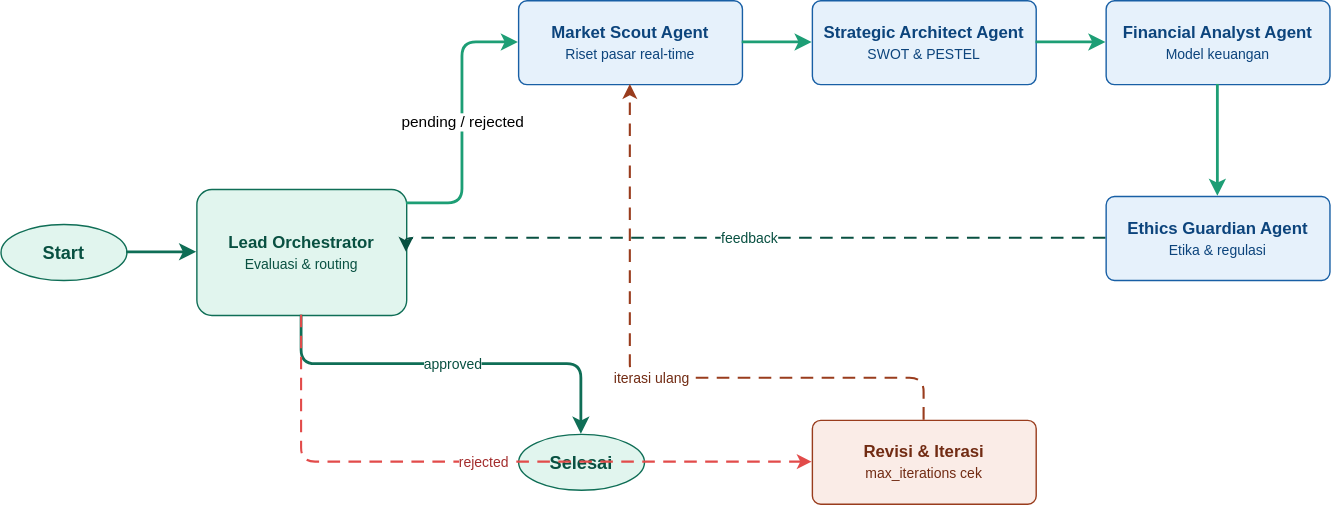
Hanif-Imaduddin/history keeps this draw.io diagram as Alur Graph.svg. Above is the earlier version. Source tidied: cells renumbered, new cells last; positions are measured from the earlier drawing's top-left corner, leaving out a move shared by most shapes. Source of this version:
```xml
<mxGraphModel>
  <root>
    <mxCell id="0" />
    <mxCell id="1" parent="0" />
    <mxCell id="2" value="Start" style="ellipse;whiteSpace=wrap;html=1;fillColor=#E1F5EE;strokeColor=#0F6E56;fontColor=#085041;fontFamily=Helvetica;fontSize=13;fontStyle=1;arcSize=50;" parent="1" vertex="1">
      <mxGeometry y="160" width="90" height="40" as="geometry" />
    </mxCell>
    <mxCell id="3" value="&lt;b&gt;Lead Orchestrator&lt;/b&gt;&lt;br/&gt;&lt;font style='font-size:10px;'&gt;Evaluasi &amp;amp; routing&lt;/font&gt;" style="rounded=1;whiteSpace=wrap;html=1;arcSize=12;fillColor=#E1F5EE;strokeColor=#0F6E56;fontColor=#085041;fontFamily=Helvetica;fontSize=12;" parent="1" vertex="1">
      <mxGeometry x="140" y="135" width="150" height="90" as="geometry" />
    </mxCell>
    <mxCell id="4" value="&lt;b&gt;Market Scout Agent&lt;/b&gt;&lt;br/&gt;&lt;font style='font-size:10px;'&gt;Riset pasar real-time&lt;/font&gt;" style="rounded=1;whiteSpace=wrap;html=1;arcSize=10;fillColor=#E6F1FB;strokeColor=#185FA5;fontColor=#0C447C;fontFamily=Helvetica;fontSize=12;" parent="1" vertex="1">
      <mxGeometry x="370" width="160" height="60" as="geometry" />
    </mxCell>
    <mxCell id="5" value="&lt;b&gt;Strategic Architect Agent&lt;/b&gt;&lt;br/&gt;&lt;font style='font-size:10px;'&gt;SWOT &amp;amp; PESTEL&lt;/font&gt;" style="rounded=1;whiteSpace=wrap;html=1;arcSize=10;fillColor=#E6F1FB;strokeColor=#185FA5;fontColor=#0C447C;fontFamily=Helvetica;fontSize=12;" parent="1" vertex="1">
      <mxGeometry x="580" width="160" height="60" as="geometry" />
    </mxCell>
    <mxCell id="6" value="&lt;b&gt;Financial Analyst Agent&lt;/b&gt;&lt;br/&gt;&lt;font style='font-size:10px;'&gt;Model keuangan&lt;/font&gt;" style="rounded=1;whiteSpace=wrap;html=1;arcSize=10;fillColor=#E6F1FB;strokeColor=#185FA5;fontColor=#0C447C;fontFamily=Helvetica;fontSize=12;" parent="1" vertex="1">
      <mxGeometry x="790" width="160" height="60" as="geometry" />
    </mxCell>
    <mxCell id="7" value="&lt;b&gt;Ethics Guardian Agent&lt;/b&gt;&lt;br/&gt;&lt;font style='font-size:10px;'&gt;Etika &amp;amp; regulasi&lt;/font&gt;" style="rounded=1;whiteSpace=wrap;html=1;arcSize=10;fillColor=#E6F1FB;strokeColor=#185FA5;fontColor=#0C447C;fontFamily=Helvetica;fontSize=12;" parent="1" vertex="1">
      <mxGeometry x="790" y="140" width="160" height="60" as="geometry" />
    </mxCell>
    <mxCell id="8" value="Selesai" style="ellipse;whiteSpace=wrap;html=1;fillColor=#E1F5EE;strokeColor=#0F6E56;fontColor=#085041;fontFamily=Helvetica;fontSize=13;fontStyle=1;arcSize=50;" parent="1" vertex="1">
      <mxGeometry x="370" y="310" width="90" height="40" as="geometry" />
    </mxCell>
    <mxCell id="9" value="&lt;b&gt;Revisi &amp;amp; Iterasi&lt;/b&gt;&lt;br/&gt;&lt;font style='font-size:10px;'&gt;max_iterations cek&lt;/font&gt;" style="rounded=1;whiteSpace=wrap;html=1;arcSize=10;fillColor=#FAECE7;strokeColor=#993C1D;fontColor=#712B13;fontFamily=Helvetica;fontSize=12;" parent="1" vertex="1">
      <mxGeometry x="580" y="300" width="160" height="60" as="geometry" />
    </mxCell>
    <mxCell id="10" style="edgeStyle=orthogonalEdgeStyle;html=1;strokeColor=#0F6E56;strokeWidth=2;exitX=1;exitY=0.5;exitDx=0;exitDy=0;entryX=0;entryY=0.5;entryDx=0;entryDy=0;" parent="1" edge="1" source="2" target="3">
      <mxGeometry relative="1" as="geometry" />
    </mxCell>
    <mxCell id="11" value="pending / rejected" style="edgeStyle=orthogonalEdgeStyle;html=1;strokeColor=#1D9E75;strokeWidth=2;exitX=1;exitY=0;exitDx=0;exitDy=10;entryX=0;entryY=0.5;entryDx=0;entryDy=0;dashed=0;" parent="1" edge="1" source="3" target="4">
      <mxGeometry relative="1" as="geometry">
        <Array as="points">
          <mxPoint x="330" y="145" />
          <mxPoint x="330" y="30" />
        </Array>
      </mxGeometry>
    </mxCell>
    <mxCell id="12" style="edgeStyle=orthogonalEdgeStyle;html=1;strokeColor=#1D9E75;strokeWidth=2;exitX=1;exitY=0.5;exitDx=0;exitDy=0;entryX=0;entryY=0.5;entryDx=0;entryDy=0;" parent="1" edge="1" source="4" target="5">
      <mxGeometry relative="1" as="geometry" />
    </mxCell>
    <mxCell id="13" style="edgeStyle=orthogonalEdgeStyle;html=1;strokeColor=#1D9E75;strokeWidth=2;exitX=1;exitY=0.5;exitDx=0;exitDy=0;entryX=0;entryY=0.5;entryDx=0;entryDy=0;" parent="1" edge="1" source="5" target="6">
      <mxGeometry relative="1" as="geometry" />
    </mxCell>
    <mxCell id="14" style="edgeStyle=orthogonalEdgeStyle;html=1;strokeColor=#1D9E75;strokeWidth=2;exitX=0.5;exitY=1;exitDx=0;exitDy=0;entryX=0.5;entryY=0;entryDx=0;entryDy=0;" parent="1" edge="1" source="6" target="7">
      <mxGeometry relative="1" as="geometry" />
    </mxCell>
    <mxCell id="15" value="feedback" style="edgeStyle=orthogonalEdgeStyle;html=1;strokeColor=#085041;strokeWidth=1.5;dashed=1;dashPattern=6 4;exitX=0;exitY=0.5;exitDx=0;exitDy=0;entryX=1;entryY=0.5;entryDx=0;entryDy=0;fontColor=#085041;fontSize=10;" parent="1" edge="1" source="7" target="3">
      <mxGeometry relative="1" as="geometry">
        <Array as="points">
          <mxPoint x="760" y="170" />
          <mxPoint x="320" y="170" />
        </Array>
      </mxGeometry>
    </mxCell>
    <mxCell id="16" value="approved" style="edgeStyle=orthogonalEdgeStyle;html=1;strokeColor=#0F6E56;strokeWidth=2;exitX=0.5;exitY=1;exitDx=0;exitDy=0;entryX=0.5;entryY=0;entryDx=0;entryDy=0;fontColor=#085041;fontSize=10;" parent="1" edge="1" source="3" target="8">
      <mxGeometry relative="1" as="geometry">
        <Array as="points">
          <mxPoint x="215" y="260" />
          <mxPoint x="415" y="260" />
        </Array>
      </mxGeometry>
    </mxCell>
    <mxCell id="17" value="rejected" style="edgeStyle=orthogonalEdgeStyle;html=1;strokeColor=#E24B4A;strokeWidth=1.5;dashed=1;dashPattern=6 4;exitX=0.5;exitY=1;exitDx=0;exitDy=0;entryX=0;entryY=0.5;entryDx=0;entryDy=0;fontColor=#A32D2D;fontSize=10;" parent="1" edge="1" source="3" target="9">
      <mxGeometry relative="1" as="geometry">
        <Array as="points">
          <mxPoint x="215" y="280" />
          <mxPoint x="215" y="330" />
          <mxPoint x="560" y="330" />
        </Array>
      </mxGeometry>
    </mxCell>
    <mxCell id="18" value="iterasi ulang" style="edgeStyle=orthogonalEdgeStyle;html=1;strokeColor=#993C1D;strokeWidth=1.5;dashed=1;dashPattern=6 4;exitX=0.5;exitY=0;exitDx=0;exitDy=0;entryX=0.5;entryY=1;entryDx=0;entryDy=0;fontColor=#712B13;fontSize=10;" parent="1" edge="1" source="9" target="4">
      <mxGeometry relative="1" as="geometry">
        <Array as="points">
          <mxPoint x="660" y="270" />
          <mxPoint x="450" y="270" />
          <mxPoint x="450" y="60" />
        </Array>
      </mxGeometry>
    </mxCell>
  </root>
</mxGraphModel>
```
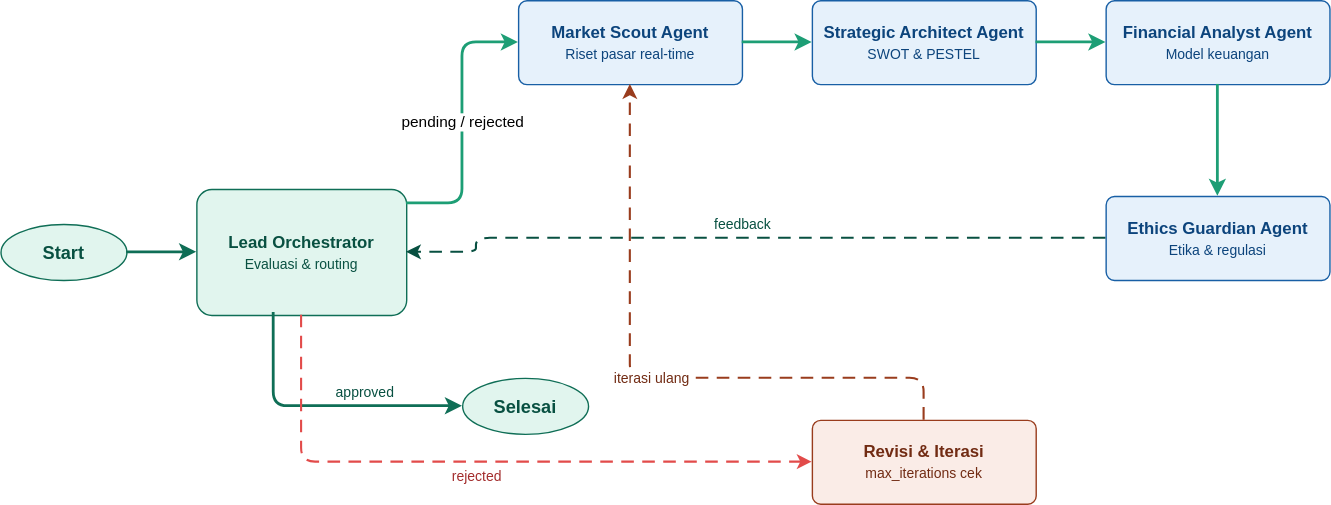
Later version of the same file.

Diff of the diagram source:
```diff
@@ -21,7 +21,7 @@
       <mxGeometry x="790" y="140" width="160" height="60" as="geometry" />
     </mxCell>
     <mxCell id="8" value="Selesai" style="ellipse;whiteSpace=wrap;html=1;fillColor=#E1F5EE;strokeColor=#0F6E56;fontColor=#085041;fontFamily=Helvetica;fontSize=13;fontStyle=1;arcSize=50;" parent="1" vertex="1">
-      <mxGeometry x="370" y="310" width="90" height="40" as="geometry" />
+      <mxGeometry x="330" y="270" width="90" height="40" as="geometry" />
     </mxCell>
     <mxCell id="9" value="&lt;b&gt;Revisi &amp;amp; Iterasi&lt;/b&gt;&lt;br/&gt;&lt;font style='font-size:10px;'&gt;max_iterations cek&lt;/font&gt;" style="rounded=1;whiteSpace=wrap;html=1;arcSize=10;fillColor=#FAECE7;strokeColor=#993C1D;fontColor=#712B13;fontFamily=Helvetica;fontSize=12;" parent="1" vertex="1">
       <mxGeometry x="580" y="300" width="160" height="60" as="geometry" />
@@ -47,27 +47,24 @@
       <mxGeometry relative="1" as="geometry" />
     </mxCell>
     <mxCell id="15" value="feedback" style="edgeStyle=orthogonalEdgeStyle;html=1;strokeColor=#085041;strokeWidth=1.5;dashed=1;dashPattern=6 4;exitX=0;exitY=0.5;exitDx=0;exitDy=0;entryX=1;entryY=0.5;entryDx=0;entryDy=0;fontColor=#085041;fontSize=10;" parent="1" edge="1" source="7" target="3">
-      <mxGeometry relative="1" as="geometry">
+      <mxGeometry x="0.02" y="-10" relative="1" as="geometry">
         <Array as="points">
-          <mxPoint x="760" y="170" />
-          <mxPoint x="320" y="170" />
+          <mxPoint x="340" y="170" />
+          <mxPoint x="340" y="180" />
         </Array>
       </mxGeometry>
     </mxCell>
-    <mxCell id="16" value="approved" style="edgeStyle=orthogonalEdgeStyle;html=1;strokeColor=#0F6E56;strokeWidth=2;exitX=0.5;exitY=1;exitDx=0;exitDy=0;entryX=0.5;entryY=0;entryDx=0;entryDy=0;fontColor=#085041;fontSize=10;" parent="1" edge="1" source="3" target="8">
-      <mxGeometry relative="1" as="geometry">
+    <mxCell id="16" value="approved" style="edgeStyle=orthogonalEdgeStyle;html=1;strokeColor=#0F6E56;strokeWidth=2;exitX=0.367;exitY=0.979;exitDx=0;exitDy=0;fontColor=#085041;fontSize=10;exitPerimeter=0;endArrow=classic;endFill=1;entryX=0;entryY=0.5;entryDx=0;entryDy=0;" parent="1" edge="1" source="3" target="8">
+      <mxGeometry x="0.31" y="10" relative="1" as="geometry">
         <Array as="points">
-          <mxPoint x="215" y="260" />
-          <mxPoint x="415" y="260" />
+          <mxPoint x="195" y="290" />
         </Array>
       </mxGeometry>
     </mxCell>
     <mxCell id="17" value="rejected" style="edgeStyle=orthogonalEdgeStyle;html=1;strokeColor=#E24B4A;strokeWidth=1.5;dashed=1;dashPattern=6 4;exitX=0.5;exitY=1;exitDx=0;exitDy=0;entryX=0;entryY=0.5;entryDx=0;entryDy=0;fontColor=#A32D2D;fontSize=10;" parent="1" edge="1" source="3" target="9">
-      <mxGeometry relative="1" as="geometry">
+      <mxGeometry x="-0.02" y="-10" relative="1" as="geometry">
         <Array as="points">
-          <mxPoint x="215" y="280" />
           <mxPoint x="215" y="330" />
-          <mxPoint x="560" y="330" />
         </Array>
       </mxGeometry>
     </mxCell>
```
